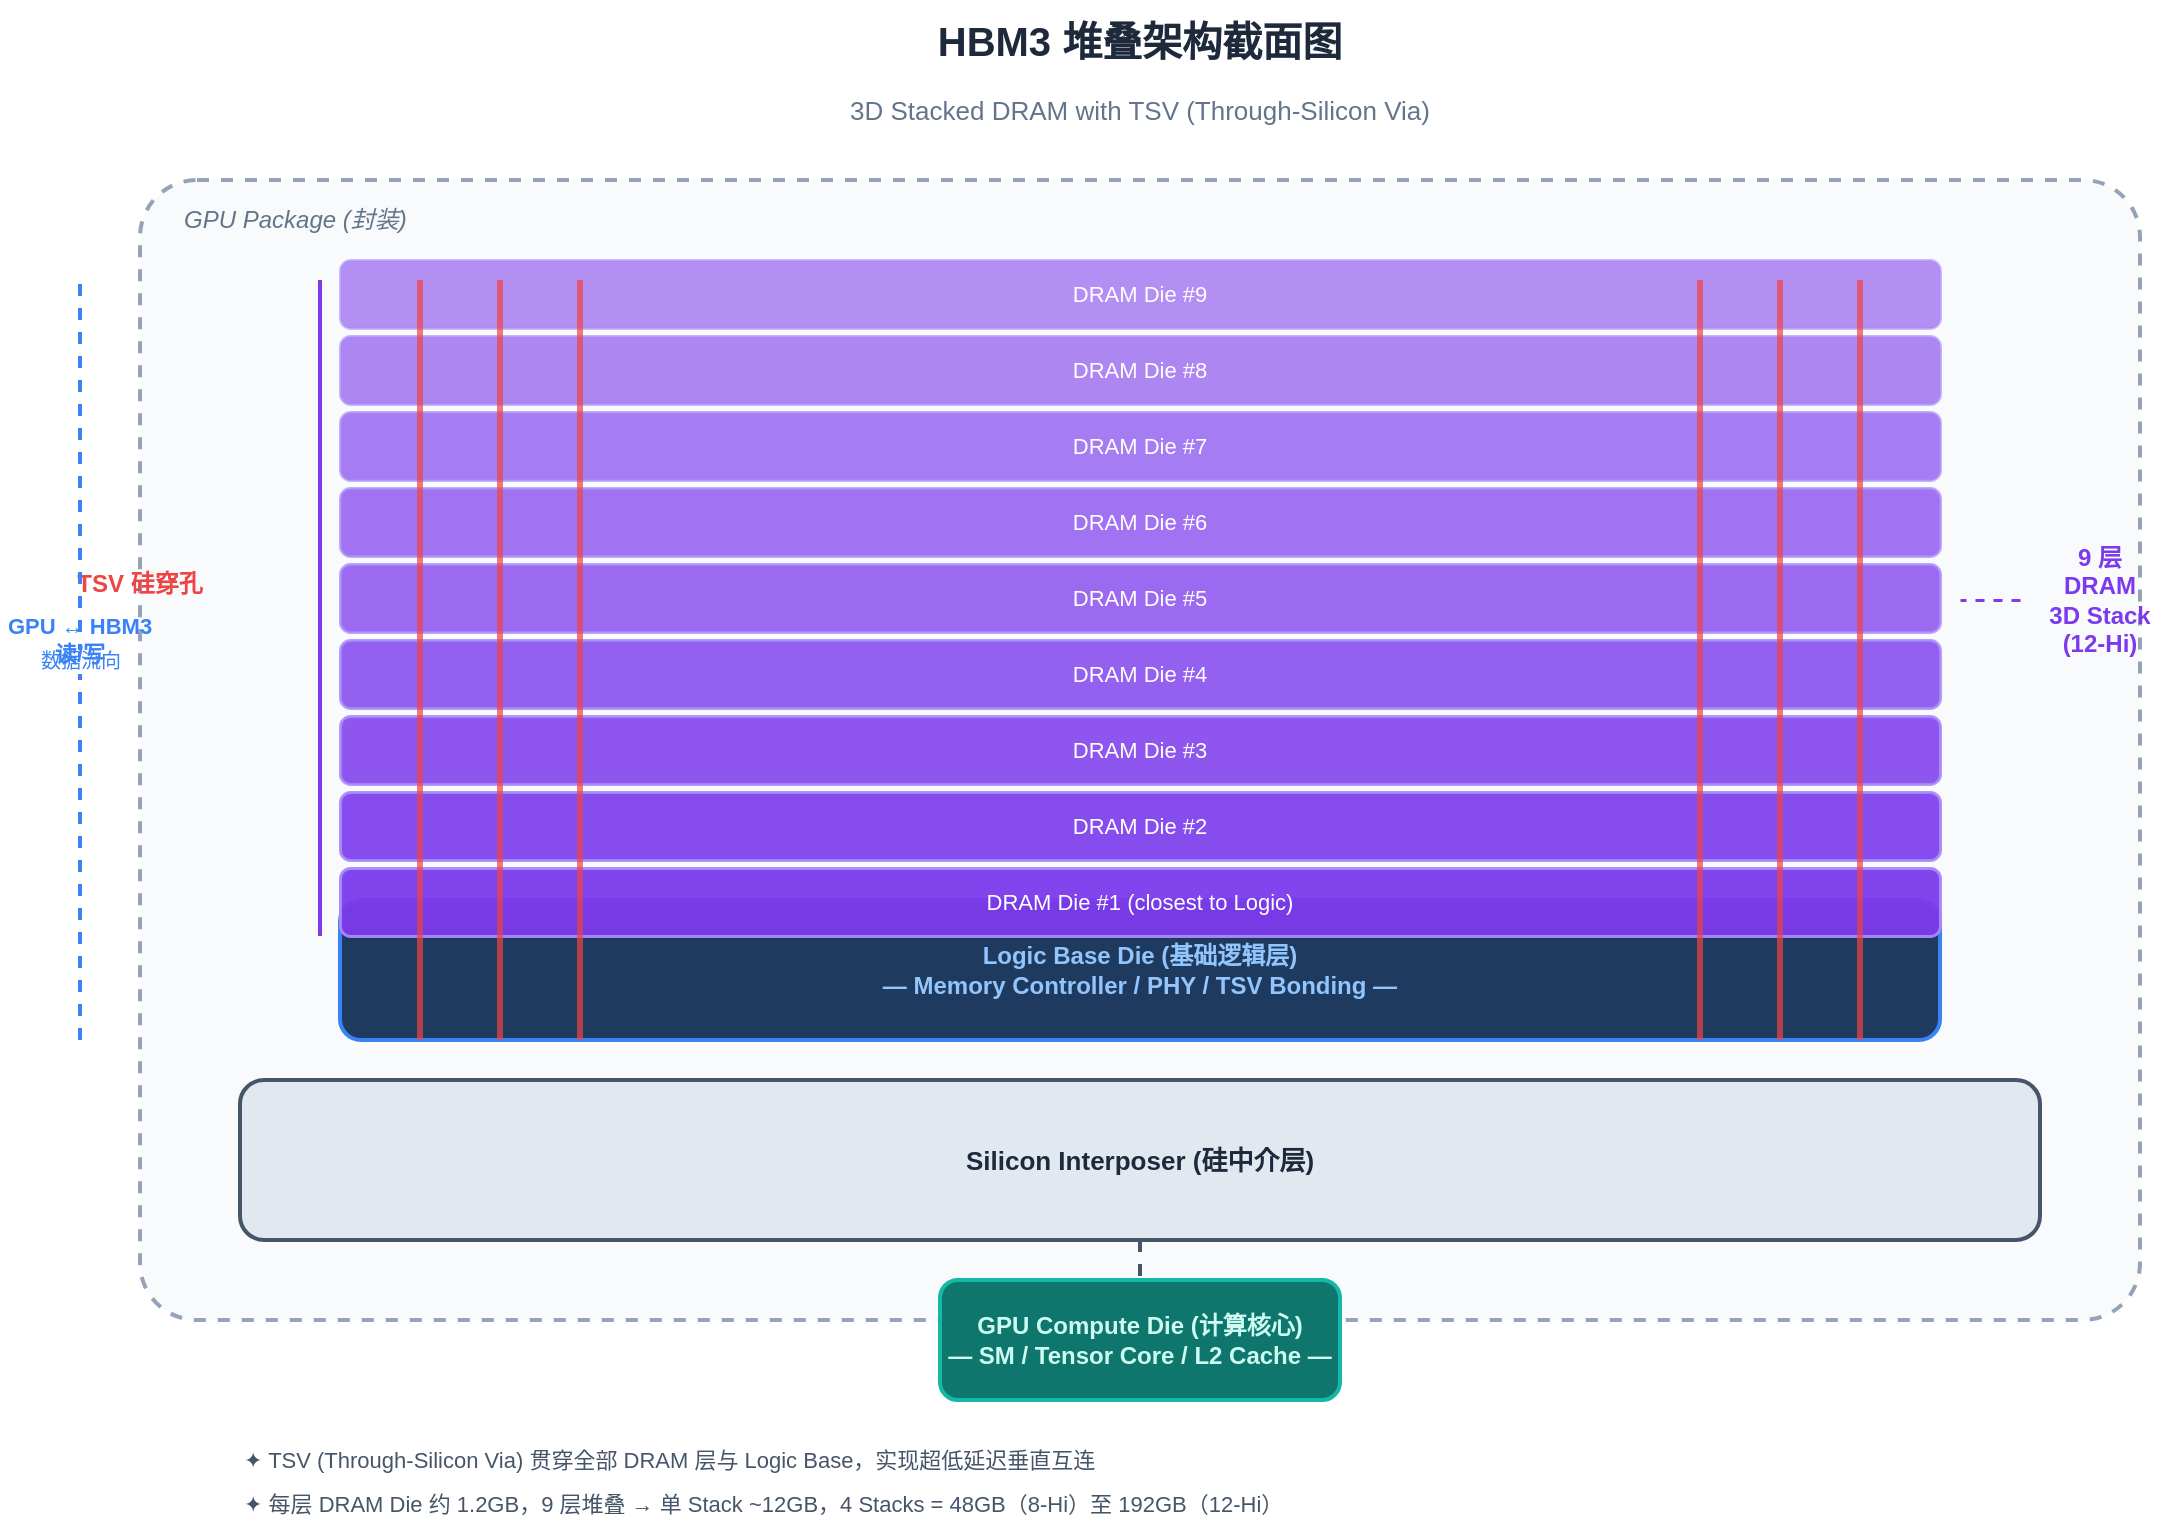
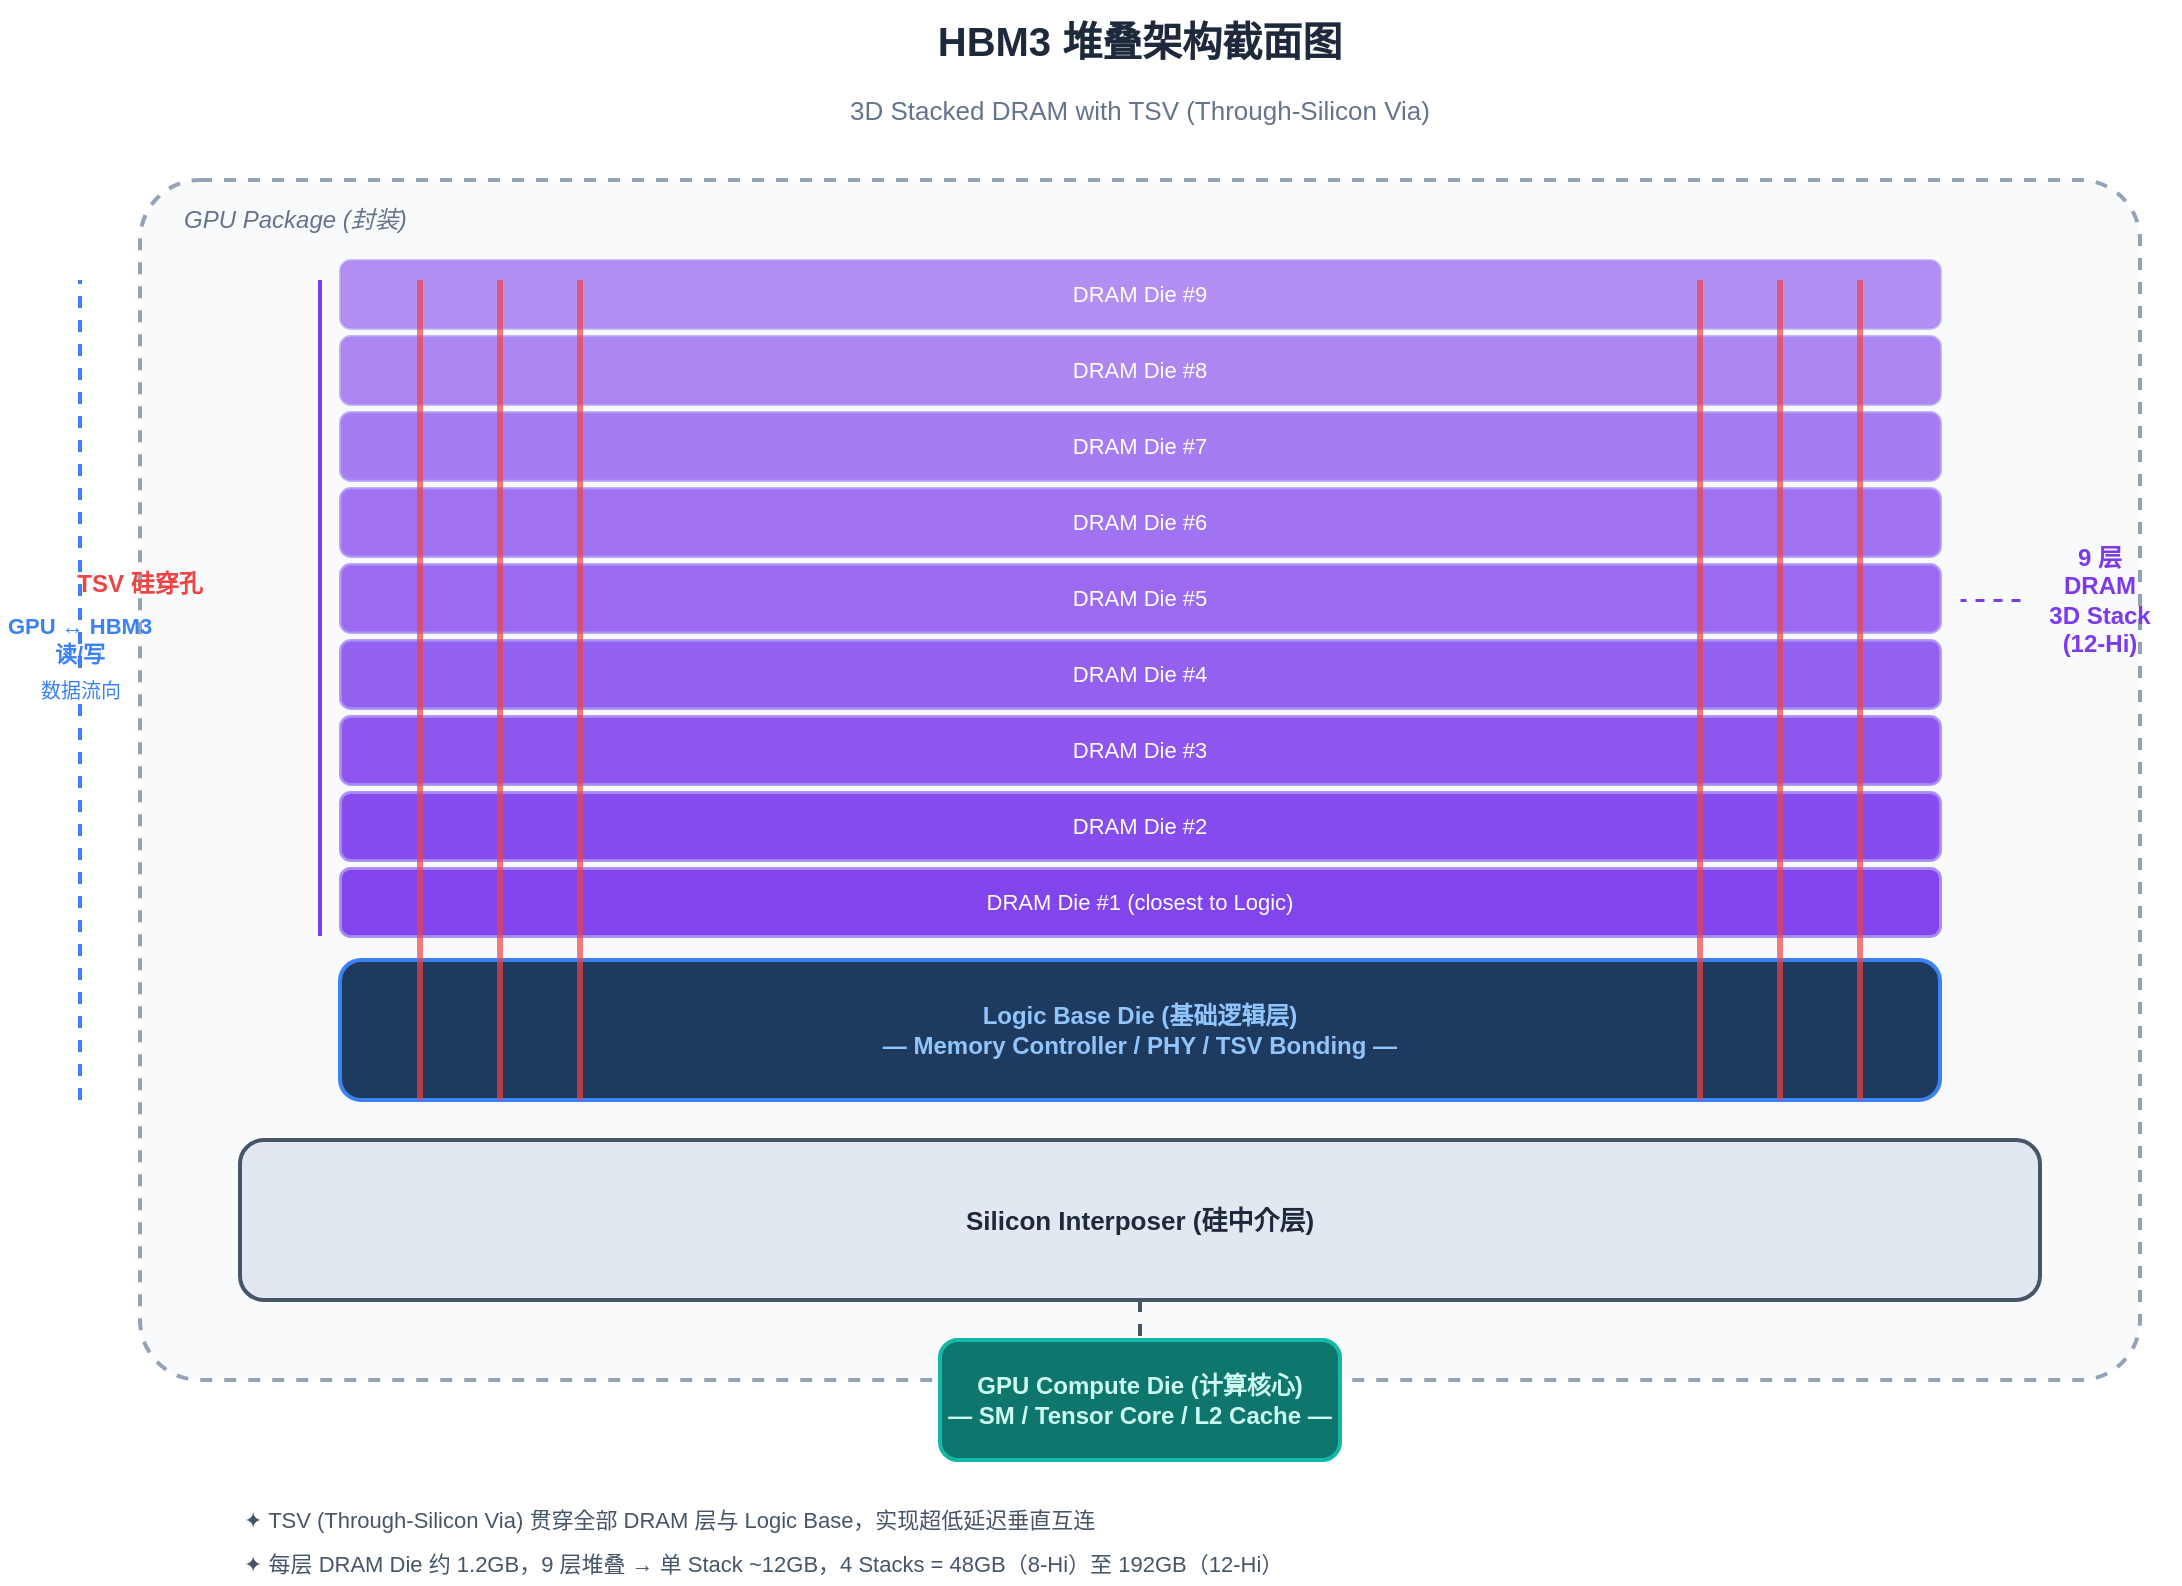
<mxfile host="app.diagrams.net" modified="2026-07-11T03:20:00.000Z" agent="AIInfraColumn" version="24.0.0" type="device">
  <diagram name="HBM3 Stack Architecture" id="hbm3-stack">
-     <mxGraphModel dx="1400" dy="900" grid="1" gridSize="10" guides="1" tooltips="1" connect="1" arrows="1" fold="1" page="1" pageScale="1" pageWidth="1200" pageHeight="800" math="0" shadow="0">
+     <mxGraphModel dx="1400" dy="900" grid="1" gridSize="10" guides="1" tooltips="1" connect="1" arrows="1" fold="1" page="1" pageScale="1" pageWidth="1200" pageHeight="830" math="0" shadow="0">
      <root>
        <mxCell id="0"/>
        <mxCell id="1" parent="0"/>

        <!-- Title -->
        <mxCell id="title" value="HBM3 堆叠架构截面图" style="text;html=1;strokeColor=none;fillColor=none;align=center;verticalAlign=middle;whiteSpace=wrap;rounded=0;fontColor=#1e293b;fontSize=20;fontStyle=1;fontFamily=Helvetica" vertex="1" parent="1">
          <mxGeometry x="400" y="20" width="400" height="40" as="geometry"/>
        </mxCell>

        <!-- Subtitle -->
        <mxCell id="subtitle" value="3D Stacked DRAM with TSV (Through-Silicon Via)" style="text;html=1;strokeColor=none;fillColor=none;align=center;verticalAlign=middle;whiteSpace=wrap;rounded=0;fontColor=#64748b;fontSize=13;fontFamily=Helvetica" vertex="1" parent="1">
          <mxGeometry x="300" y="60" width="600" height="30" as="geometry"/>
        </mxCell>

        <!-- Package outline -->
        <mxCell id="package" value="" style="rounded=1;whiteSpace=wrap;html=1;fillColor=#f8fafc;strokeColor=#94a3b8;strokeWidth=2;dashed=1;arcSize=5" vertex="1" parent="1">
-           <mxGeometry x="100" y="110" width="1000" height="570" as="geometry"/>
+           <mxGeometry x="100" y="110" width="1000" height="600" as="geometry"/>
        </mxCell>

        <mxCell id="package-label" value="GPU Package (封装)" style="text;html=1;strokeColor=none;fillColor=none;align=left;verticalAlign=middle;whiteSpace=wrap;rounded=0;fontColor=#64748b;fontSize=12;fontFamily=Helvetica;fontStyle=2" vertex="1" parent="1">
          <mxGeometry x="120" y="120" width="200" height="20" as="geometry"/>
        </mxCell>

        <!-- Interposer -->
        <mxCell id="interposer" value="Silicon Interposer (硅中介层)" style="rounded=1;whiteSpace=wrap;html=1;fillColor=#e2e8f0;strokeColor=#475569;strokeWidth=2;fontColor=#1e293b;fontSize=13;fontFamily=Helvetica;fontStyle=1" vertex="1" parent="1">
-           <mxGeometry x="150" y="560" width="900" height="80" as="geometry"/>
+           <mxGeometry x="150" y="590" width="900" height="80" as="geometry"/>
        </mxCell>

        <!-- Logic Base Die -->
        <mxCell id="logic-base" value="Logic Base Die (基础逻辑层)&#xa;— Memory Controller / PHY / TSV Bonding —" style="rounded=1;whiteSpace=wrap;html=1;fillColor=#1e3a5f;strokeColor=#3b82f6;strokeWidth=2;fontColor=#93c5fd;fontSize=12;fontFamily=Helvetica;fontStyle=1" vertex="1" parent="1">
-           <mxGeometry x="200" y="470" width="800" height="70" as="geometry"/>
+           <mxGeometry x="200" y="500" width="800" height="70" as="geometry"/>
        </mxCell>

        <!-- DRAM Die Layers (9 layers) -->
        <mxCell id="dram9" value="DRAM Die #9" style="rounded=1;whiteSpace=wrap;html=1;fillColor=#7c3aed;strokeColor=#a78bfa;strokeWidth=1.5;fontColor=#ffffff;fontSize=11;fontFamily=Helvetica;opacity=55" vertex="1" parent="1">
          <mxGeometry x="200" y="150" width="800" height="34" as="geometry"/>
        </mxCell>

        <mxCell id="dram8" value="DRAM Die #8" style="rounded=1;whiteSpace=wrap;html=1;fillColor=#7c3aed;strokeColor=#a78bfa;strokeWidth=1.5;fontColor=#ffffff;fontSize=11;fontFamily=Helvetica;opacity=60" vertex="1" parent="1">
          <mxGeometry x="200" y="188" width="800" height="34" as="geometry"/>
        </mxCell>

        <mxCell id="dram7" value="DRAM Die #7" style="rounded=1;whiteSpace=wrap;html=1;fillColor=#7c3aed;strokeColor=#a78bfa;strokeWidth=1.5;fontColor=#ffffff;fontSize=11;fontFamily=Helvetica;opacity=65" vertex="1" parent="1">
          <mxGeometry x="200" y="226" width="800" height="34" as="geometry"/>
        </mxCell>

        <mxCell id="dram6" value="DRAM Die #6" style="rounded=1;whiteSpace=wrap;html=1;fillColor=#7c3aed;strokeColor=#a78bfa;strokeWidth=1.5;fontColor=#ffffff;fontSize=11;fontFamily=Helvetica;opacity=70" vertex="1" parent="1">
          <mxGeometry x="200" y="264" width="800" height="34" as="geometry"/>
        </mxCell>

        <mxCell id="dram5" value="DRAM Die #5" style="rounded=1;whiteSpace=wrap;html=1;fillColor=#7c3aed;strokeColor=#a78bfa;strokeWidth=1.5;fontColor=#ffffff;fontSize=11;fontFamily=Helvetica;opacity=75" vertex="1" parent="1">
          <mxGeometry x="200" y="302" width="800" height="34" as="geometry"/>
        </mxCell>

        <mxCell id="dram4" value="DRAM Die #4" style="rounded=1;whiteSpace=wrap;html=1;fillColor=#7c3aed;strokeColor=#a78bfa;strokeWidth=1.5;fontColor=#ffffff;fontSize=11;fontFamily=Helvetica;opacity=80" vertex="1" parent="1">
          <mxGeometry x="200" y="340" width="800" height="34" as="geometry"/>
        </mxCell>

        <mxCell id="dram3" value="DRAM Die #3" style="rounded=1;whiteSpace=wrap;html=1;fillColor=#7c3aed;strokeColor=#a78bfa;strokeWidth=1.5;fontColor=#ffffff;fontSize=11;fontFamily=Helvetica;opacity=85" vertex="1" parent="1">
          <mxGeometry x="200" y="378" width="800" height="34" as="geometry"/>
        </mxCell>

        <mxCell id="dram2" value="DRAM Die #2" style="rounded=1;whiteSpace=wrap;html=1;fillColor=#7c3aed;strokeColor=#a78bfa;strokeWidth=1.5;fontColor=#ffffff;fontSize=11;fontFamily=Helvetica;opacity=90" vertex="1" parent="1">
          <mxGeometry x="200" y="416" width="800" height="34" as="geometry"/>
        </mxCell>

        <mxCell id="dram1" value="DRAM Die #1 (closest to Logic)" style="rounded=1;whiteSpace=wrap;html=1;fillColor=#7c3aed;strokeColor=#a78bfa;strokeWidth=1.5;fontColor=#ffffff;fontSize=11;fontFamily=Helvetica;opacity=95" vertex="1" parent="1">
          <mxGeometry x="200" y="454" width="800" height="34" as="geometry"/>
        </mxCell>

        <!-- TSV annotations on left side -->
        <mxCell id="tsv-left-label" value="TSV 硅穿孔" style="text;html=1;strokeColor=none;fillColor=none;align=center;verticalAlign=middle;whiteSpace=wrap;rounded=0;fontColor=#ef4444;fontSize=12;fontFamily=Helvetica;fontStyle=1" vertex="1" parent="1">
          <mxGeometry x="50" y="300" width="100" height="24" as="geometry"/>
        </mxCell>

        <!-- TSV vertical lines (left side) -->
        <mxCell id="tsv-l1" value="" style="endArrow=none;html=1;strokeColor=#ef4444;strokeWidth=3;dashed=0;opacity=70" edge="1" parent="1">
          <mxGeometry relative="1" as="geometry">
            <mxPoint x="240" y="160" as="sourcePoint"/>
-             <mxPoint x="240" y="540" as="targetPoint"/>
+             <mxPoint x="240" y="570" as="targetPoint"/>
          </mxGeometry>
        </mxCell>
        <mxCell id="tsv-l2" value="" style="endArrow=none;html=1;strokeColor=#ef4444;strokeWidth=3;dashed=0;opacity=70" edge="1" parent="1">
          <mxGeometry relative="1" as="geometry">
            <mxPoint x="280" y="160" as="sourcePoint"/>
-             <mxPoint x="280" y="540" as="targetPoint"/>
+             <mxPoint x="280" y="570" as="targetPoint"/>
          </mxGeometry>
        </mxCell>
        <mxCell id="tsv-l3" value="" style="endArrow=none;html=1;strokeColor=#ef4444;strokeWidth=3;dashed=0;opacity=70" edge="1" parent="1">
          <mxGeometry relative="1" as="geometry">
            <mxPoint x="320" y="160" as="sourcePoint"/>
-             <mxPoint x="320" y="540" as="targetPoint"/>
+             <mxPoint x="320" y="570" as="targetPoint"/>
          </mxGeometry>
        </mxCell>

        <!-- TSV vertical lines (right side) -->
        <mxCell id="tsv-r1" value="" style="endArrow=none;html=1;strokeColor=#ef4444;strokeWidth=3;dashed=0;opacity=70" edge="1" parent="1">
          <mxGeometry relative="1" as="geometry">
            <mxPoint x="880" y="160" as="sourcePoint"/>
-             <mxPoint x="880" y="540" as="targetPoint"/>
+             <mxPoint x="880" y="570" as="targetPoint"/>
          </mxGeometry>
        </mxCell>
        <mxCell id="tsv-r2" value="" style="endArrow=none;html=1;strokeColor=#ef4444;strokeWidth=3;dashed=0;opacity=70" edge="1" parent="1">
          <mxGeometry relative="1" as="geometry">
            <mxPoint x="920" y="160" as="sourcePoint"/>
-             <mxPoint x="920" y="540" as="targetPoint"/>
+             <mxPoint x="920" y="570" as="targetPoint"/>
          </mxGeometry>
        </mxCell>
        <mxCell id="tsv-r3" value="" style="endArrow=none;html=1;strokeColor=#ef4444;strokeWidth=3;dashed=0;opacity=70" edge="1" parent="1">
          <mxGeometry relative="1" as="geometry">
            <mxPoint x="960" y="160" as="sourcePoint"/>
-             <mxPoint x="960" y="540" as="targetPoint"/>
+             <mxPoint x="960" y="570" as="targetPoint"/>
          </mxGeometry>
        </mxCell>

        <!-- GPU Die -->
        <mxCell id="gpu-die" value="GPU Compute Die (计算核心)&#xa;— SM / Tensor Core / L2 Cache —" style="rounded=1;whiteSpace=wrap;html=1;fillColor=#0f766e;strokeColor=#14b8a6;strokeWidth=2;fontColor=#ccfbf1;fontSize=12;fontFamily=Helvetica;fontStyle=1" vertex="1" parent="1">
-           <mxGeometry x="500" y="660" width="200" height="60" as="geometry"/>
+           <mxGeometry x="500" y="690" width="200" height="60" as="geometry"/>
        </mxCell>

        <!-- Connection from interposer to GPU die -->
        <mxCell id="conn-gpu" value="" style="endArrow=none;html=1;strokeColor=#475569;strokeWidth=2;dashed=1" edge="1" parent="1">
          <mxGeometry relative="1" as="geometry">
-             <mxPoint x="600" y="640" as="sourcePoint"/>
-             <mxPoint x="600" y="660" as="targetPoint"/>
+             <mxPoint x="600" y="670" as="sourcePoint"/>
+             <mxPoint x="600" y="690" as="targetPoint"/>
          </mxGeometry>
        </mxCell>

        <!-- Left bracket for DRAM stack -->
        <mxCell id="bracket-left" value="" style="endArrow=none;html=1;strokeColor=#7c3aed;strokeWidth=2;dashed=0;curved=1" edge="1" parent="1">
          <mxGeometry relative="1" as="geometry">
            <mxPoint x="190" y="160" as="sourcePoint"/>
            <mxPoint x="190" y="488" as="targetPoint"/>
          </mxGeometry>
        </mxCell>

        <mxCell id="bracket-label" value="9 层&#xa;DRAM&#xa;3D Stack&#xa;(12-Hi)" style="text;html=1;strokeColor=none;fillColor=none;align=center;verticalAlign=middle;whiteSpace=wrap;rounded=0;fontColor=#7c3aed;fontSize=12;fontFamily=Helvetica;fontStyle=1" vertex="1" parent="1">
          <mxGeometry x="1040" y="280" width="80" height="80" as="geometry"/>
        </mxCell>

        <!-- Arrow from bracket to stack -->
        <mxCell id="arrow-bracket" value="" style="endArrow=arrow;html=1;strokeColor=#7c3aed;strokeWidth=1.5;dashed=1" edge="1" parent="1">
          <mxGeometry relative="1" as="geometry">
            <mxPoint x="1040" y="320" as="sourcePoint"/>
            <mxPoint x="1010" y="320" as="targetPoint"/>
          </mxGeometry>
        </mxCell>

        <!-- Bottom annotations -->
        <mxCell id="ann1" value="✦ TSV (Through-Silicon Via) 贯穿全部 DRAM 层与 Logic Base，实现超低延迟垂直互连" style="text;html=1;strokeColor=none;fillColor=none;align=left;verticalAlign=middle;whiteSpace=wrap;rounded=0;fontColor=#475569;fontSize=11;fontFamily=Helvetica" vertex="1" parent="1">
-           <mxGeometry x="150" y="740" width="600" height="20" as="geometry"/>
+           <mxGeometry x="150" y="770" width="600" height="20" as="geometry"/>
        </mxCell>
        <mxCell id="ann2" value="✦ 每层 DRAM Die 约 1.2GB，9 层堆叠 → 单 Stack ~12GB，4 Stacks = 48GB（8-Hi）至 192GB（12-Hi）" style="text;html=1;strokeColor=none;fillColor=none;align=left;verticalAlign=middle;whiteSpace=wrap;rounded=0;fontColor=#475569;fontSize=11;fontFamily=Helvetica" vertex="1" parent="1">
-           <mxGeometry x="150" y="762" width="700" height="20" as="geometry"/>
+           <mxGeometry x="150" y="792" width="700" height="20" as="geometry"/>
        </mxCell>

        <!-- Data flow arrow -->
        <mxCell id="flow-arrow" value="数据流向" style="endArrow=arrow;html=1;strokeColor=#3b82f6;strokeWidth=2;dashed=1;fontColor=#3b82f6;fontSize=10;fontFamily=Helvetica" edge="1" parent="1">
          <mxGeometry relative="1" as="geometry">
-             <mxPoint x="70" y="540" as="sourcePoint"/>
+             <mxPoint x="70" y="570" as="sourcePoint"/>
            <mxPoint x="70" y="160" as="targetPoint"/>
          </mxGeometry>
        </mxCell>
        <mxCell id="flow-label" value="GPU ↔ HBM3&#xa;读/写" style="text;html=1;strokeColor=none;fillColor=none;align=center;verticalAlign=middle;whiteSpace=wrap;rounded=0;fontColor=#3b82f6;fontSize=11;fontFamily=Helvetica;fontStyle=1" vertex="1" parent="1">
          <mxGeometry x="30" y="320" width="80" height="40" as="geometry"/>
        </mxCell>

      </root>
    </mxGraphModel>
  </diagram>
</mxfile>